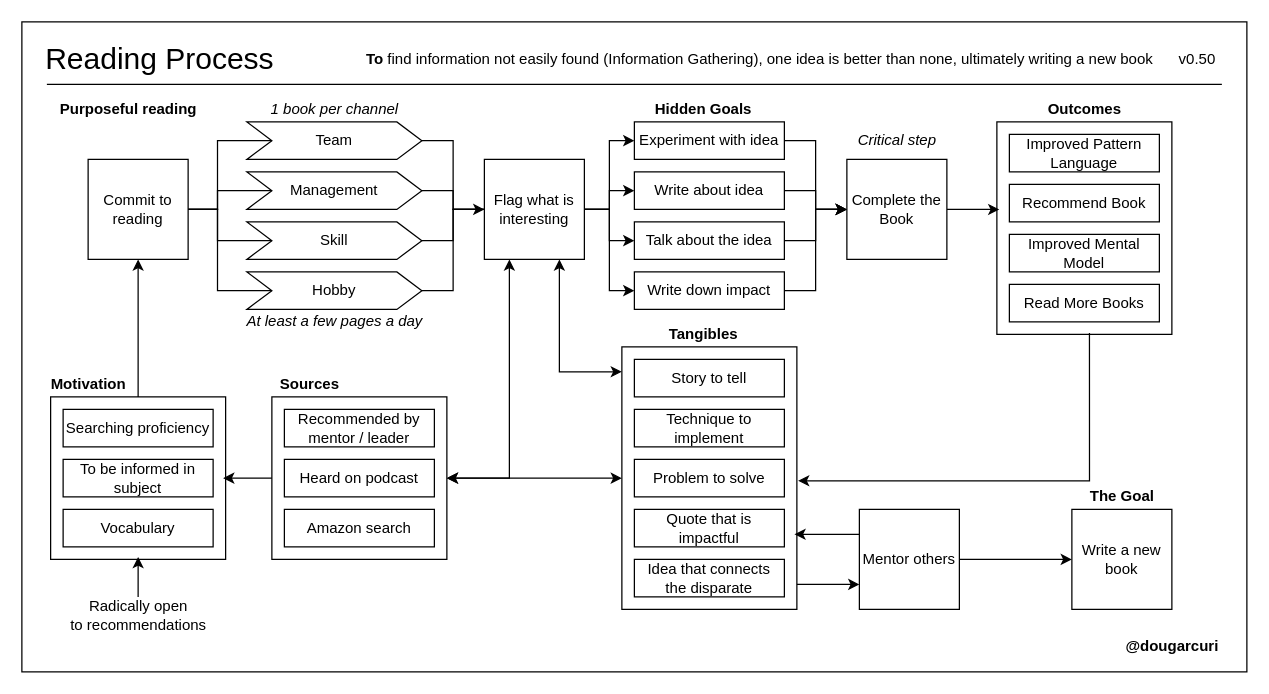
solidi/learning-notes keeps this draw.io diagram as books/diagrams/reading-process.drawio. Above is the earlier version. Source tidied: cells renumbered, new cells numbered last; positions are measured from the earlier drawing's top-left corner, leaving out a move shared by most shapes. Both pictures are drawn from the tidied source at 125%, with x=0, y=0 at pixel (21, 21).
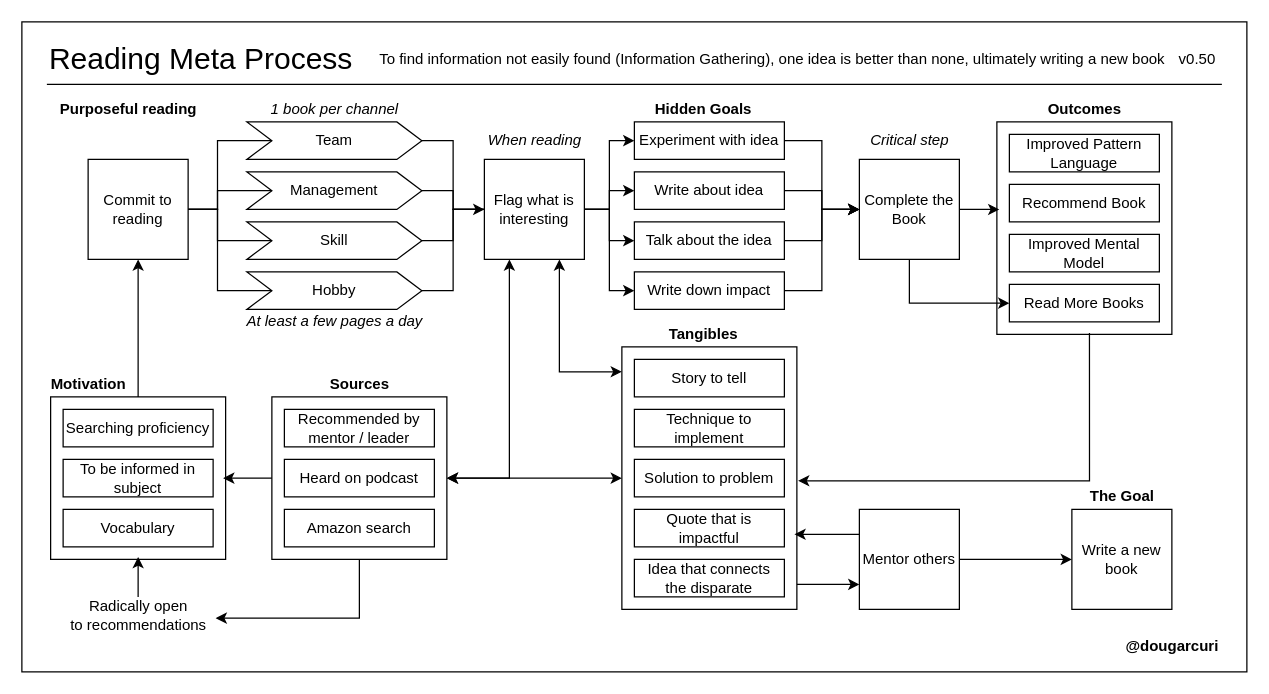
After the change.

Commit message (it also covers changes not shown here):
Add meta to reading process title

The change refers to these unchanged cells:
```xml
<mxCell id="33" value="Radically open&lt;br&gt;to recommendations" style="text;html=1;align=center;verticalAlign=middle;points=[];" parent="1" vertex="1">
  <mxGeometry x="33" y="460" width="120" height="30" as="geometry" />
</mxCell>
<mxCell id="40" value="Read More Books" style="rounded=0;whiteSpace=wrap;html=1;" parent="1" vertex="1">
  <mxGeometry x="790" y="210" width="120" height="30" as="geometry" />
</mxCell>
<mxCell id="73" style="verticalLabelPosition=bottom;verticalAlign=top;html=1;shape=mxgraph.basic.rect;fillColor2=none;strokeWidth=1;size=20;indent=5;fillColor=none;" parent="1" vertex="1">
  <mxGeometry x="200" y="300" width="140" height="130" as="geometry" />
</mxCell>
```

Change to the diagram source:
```diff
@@
-    <mxCell id="7" value="&lt;font style=&quot;font-size: 24px&quot;&gt;Reading Process&lt;/font&gt;" style="text;html=1;align=center;verticalAlign=middle;" parent="1" vertex="1">
-      <mxGeometry x="10" y="20" width="200" height="20" as="geometry" />
+    <mxCell id="7" value="&lt;font style=&quot;font-size: 24px&quot;&gt;Reading Meta Process&lt;/font&gt;" style="text;html=1;align=center;verticalAlign=middle;" parent="1" vertex="1">
+      <mxGeometry x="13" y="20" width="260" height="20" as="geometry" />
     </mxCell>
@@
-    <mxCell id="12" value="&lt;b&gt;To&lt;/b&gt; find information not easily found (Information Gathering), one idea is better than none, ultimately writing a new book" style="text;html=1;align=center;verticalAlign=middle;" parent="1" vertex="1">
-      <mxGeometry x="270" y="20" width="640" height="20" as="geometry" />
+    <mxCell id="12" value="To find information not easily found (Information Gathering), one idea is better than none, ultimately writing a new book" style="text;html=1;align=center;verticalAlign=middle;" parent="1" vertex="1">
+      <mxGeometry x="280" y="20" width="640" height="20" as="geometry" />
     </mxCell>
@@
+    <mxCell id="79" style="edgeStyle=orthogonalEdgeStyle;rounded=0;jettySize=auto;html=1;exitX=0.5;exitY=1;exitDx=0;exitDy=0;entryX=0;entryY=0.5;entryDx=0;entryDy=0;startArrow=none;startFill=0;endArrow=classic;endFill=1;" parent="1" edge="1" source="42" target="40">
+      <mxGeometry relative="1" as="geometry" />
+    </mxCell>
     <mxCell id="42" value="Complete the Book" style="whiteSpace=wrap;html=1;" parent="1" vertex="1">
-      <mxGeometry x="660" y="110" width="80" height="80" as="geometry" />
+      <mxGeometry x="670" y="110" width="80" height="80" as="geometry" />
     </mxCell>
@@
     <mxCell id="51" value="&lt;i&gt;Critical step&lt;/i&gt;" style="text;html=1;align=center;verticalAlign=middle;" parent="1" vertex="1">
-      <mxGeometry x="660" y="85" width="80" height="20" as="geometry" />
+      <mxGeometry x="670" y="85" width="80" height="20" as="geometry" />
     </mxCell>
@@
-    <mxCell id="54" value="Problem to solve" style="rounded=0;whiteSpace=wrap;html=1;" parent="1" vertex="1">
+    <mxCell id="54" value="Solution to problem" style="rounded=0;whiteSpace=wrap;html=1;" parent="1" vertex="1">
       <mxGeometry x="490" y="350" width="120" height="30" as="geometry" />
     </mxCell>
@@
+    <mxCell id="80" style="edgeStyle=orthogonalEdgeStyle;rounded=0;jettySize=auto;html=1;entryX=1.017;entryY=0.567;entryDx=0;entryDy=0;entryPerimeter=0;startArrow=none;startFill=0;endArrow=classic;endFill=1;" parent="1" edge="1" source="73" target="33">
+      <mxGeometry relative="1" as="geometry">
+        <Array as="points">
+          <mxPoint x="270" y="477" />
+        </Array>
+      </mxGeometry>
+    </mxCell>
@@
     <mxCell id="74" value="&lt;b&gt;Sources&lt;/b&gt;" style="text;html=1;align=center;verticalAlign=middle;" parent="1" vertex="1">
-      <mxGeometry x="200" y="280" width="60" height="20" as="geometry" />
+      <mxGeometry x="240" y="280" width="60" height="20" as="geometry" />
     </mxCell>
@@
+    <mxCell id="81" value="&lt;i&gt;When reading&lt;/i&gt;" style="text;html=1;align=center;verticalAlign=middle;" parent="1" vertex="1">
+      <mxGeometry x="365" y="85" width="90" height="20" as="geometry" />
+    </mxCell>
```
